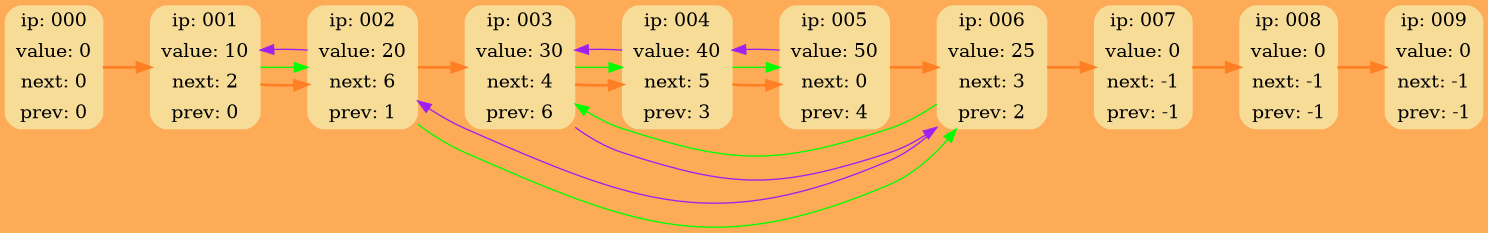
Before: DumpGraph.png, a diagram exported from Graphviz (RTCupid/List). Its source is kept beside it as DumpGraph.dot.
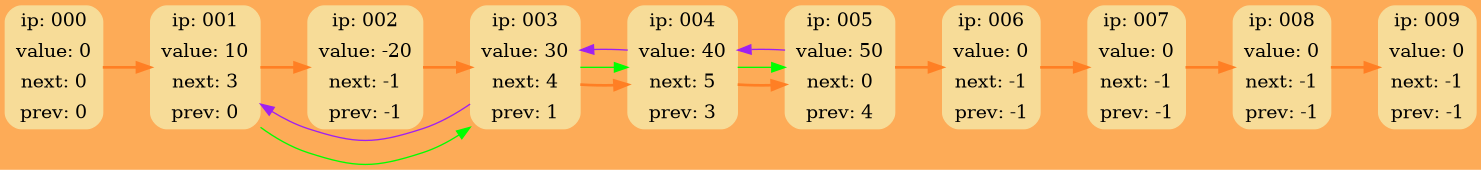
The same diagram one commit later.

Commit message:
+ normal dump

Diff of the diagram source:
```diff
@@ -2,12 +2,12 @@
 	rankdir = LR;
 	bgcolor="#FDAB57"
 	node000 [shape=Mrecord; style=filled; color="#F7DC98"; label = " { ip: 000} | {value:   0} | {next:   0} | {prev:   0} " ];
-	node001 [shape=Mrecord; style=filled; color="#F7DC98"; label = " { ip: 001} | {value:  10} | {next:   2} | {prev:   0} " ];
-	node002 [shape=Mrecord; style=filled; color="#F7DC98"; label = " { ip: 002} | {value:  20} | {next:   6} | {prev:   1} " ];
-	node003 [shape=Mrecord; style=filled; color="#F7DC98"; label = " { ip: 003} | {value:  30} | {next:   4} | {prev:   6} " ];
+	node001 [shape=Mrecord; style=filled; color="#F7DC98"; label = " { ip: 001} | {value:  10} | {next:   3} | {prev:   0} " ];
+	node002 [shape=Mrecord; style=filled; color="#F7DC98"; label = " { ip: 002} | {value: -20} | {next:  -1} | {prev:  -1} " ];
+	node003 [shape=Mrecord; style=filled; color="#F7DC98"; label = " { ip: 003} | {value:  30} | {next:   4} | {prev:   1} " ];
 	node004 [shape=Mrecord; style=filled; color="#F7DC98"; label = " { ip: 004} | {value:  40} | {next:   5} | {prev:   3} " ];
 	node005 [shape=Mrecord; style=filled; color="#F7DC98"; label = " { ip: 005} | {value:  50} | {next:   0} | {prev:   4} " ];
-	node006 [shape=Mrecord; style=filled; color="#F7DC98"; label = " { ip: 006} | {value:  25} | {next:   3} | {prev:   2} " ];
+	node006 [shape=Mrecord; style=filled; color="#F7DC98"; label = " { ip: 006} | {value:   0} | {next:  -1} | {prev:  -1} " ];
 	node007 [shape=Mrecord; style=filled; color="#F7DC98"; label = " { ip: 007} | {value:   0} | {next:  -1} | {prev:  -1} " ];
 	node008 [shape=Mrecord; style=filled; color="#F7DC98"; label = " { ip: 008} | {value:   0} | {next:  -1} | {prev:  -1} " ];
 	node009 [shape=Mrecord; style=filled; color="#F7DC98"; label = " { ip: 009} | {value:   0} | {next:  -1} | {prev:  -1} " ];
@@ -22,15 +22,11 @@
 	node007 -> node008 [style=bold; weight=1000; color=chocolate1; ];
 	node008 -> node009 [style=bold; weight=1000; color=chocolate1; ];
 
-	node001 -> node002 [color=green; constraint=false; ];
-	node002 -> node006 [color=green; constraint=false; ];
-	node003 -> node004 [color=green; constraint=false; ];
-	node004 -> node005 [color=green; constraint=false; ];
-	node006 -> node003 [color=green; constraint=false; ];
+	node001 -> node003 [weight=0; color=green; ];
+	node003 -> node004 [weight=0; color=green; ];
+	node004 -> node005 [weight=0; color=green; ];
 
-	node006 -> node002 [color=purple; constraint=false; ];
-	node005 -> node004 [color=purple; constraint=false; ];
-	node004 -> node003 [color=purple; constraint=false; ];
-	node003 -> node006 [color=purple; constraint=false; ];
-	node002 -> node001 [color=purple; constraint=false; ];
+	node005 -> node004 [weight=0; color=purple; constraint=false; ];
+	node004 -> node003 [weight=0; color=purple; constraint=false; ];
+	node003 -> node001 [weight=0; color=purple; constraint=false; ];
 }
```
